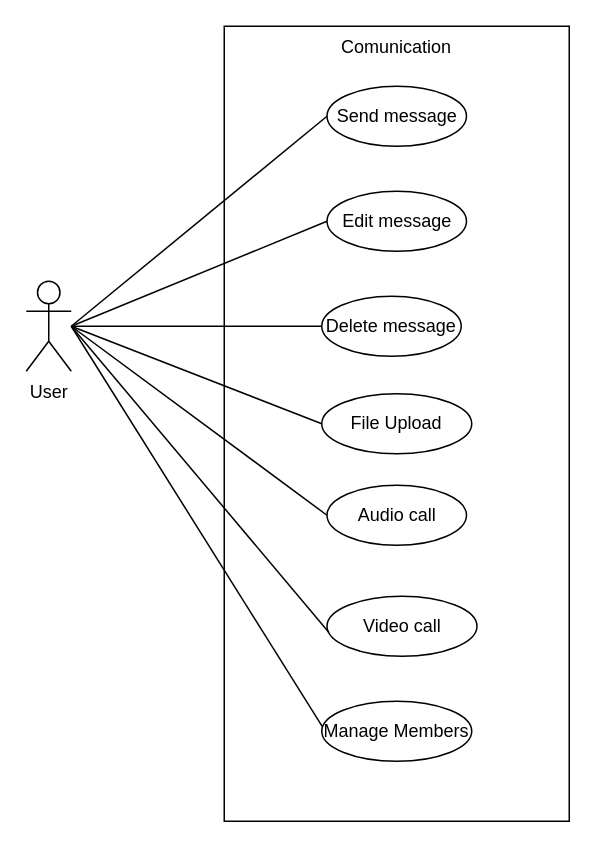
buihoanghiep1901/discord-web-v1 keeps this draw.io diagram as page "Page-5" (5 of 5) of usecase.drawio. Above is the earlier version. Source tidied: cells renumbered, new cells numbered last; positions are measured from the earlier drawing's top-left corner, leaving out a move shared by most shapes. Both pictures are drawn from the tidied source at 150%, with x=0, y=0 at pixel (26, 26).
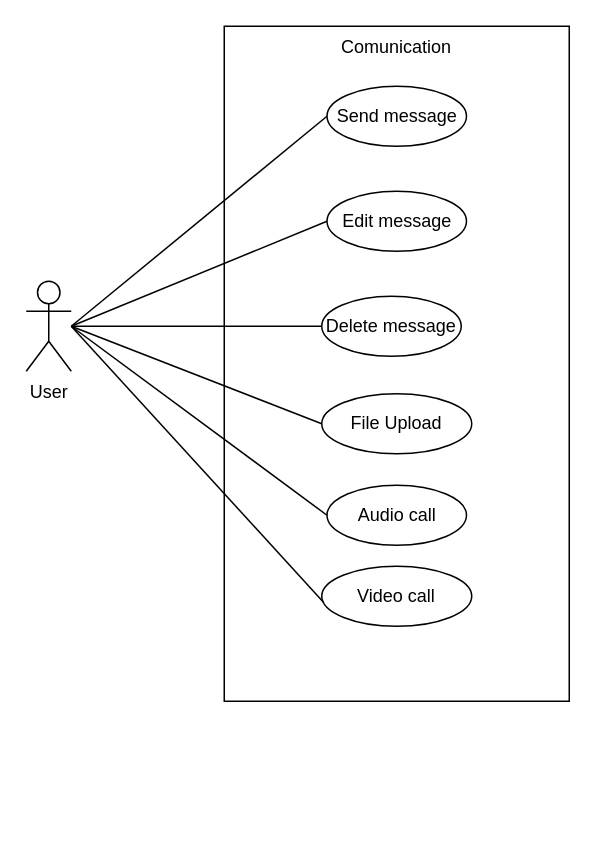
The same page after the edit.

Change to the diagram source:
```diff
@@
     <mxCell id="2" value="Comunication" style="rounded=0;html=1;horizontal=1;verticalAlign=top;align=center;whiteSpace=wrap;" parent="1" vertex="1">
-      <mxGeometry x="132" width="230" height="530" as="geometry" />
+      <mxGeometry x="132" width="230" height="450" as="geometry" />
     </mxCell>
@@
     <mxCell id="7" value="Video call" style="ellipse;whiteSpace=wrap;html=1;" parent="1" vertex="1">
-      <mxGeometry x="200.5" y="380" width="100" height="40" as="geometry" />
+      <mxGeometry x="197" y="360" width="100" height="40" as="geometry" />
     </mxCell>
-    <mxCell id="8" value="Manage Members" style="ellipse;whiteSpace=wrap;html=1;" parent="1" vertex="1">
-      <mxGeometry x="197" y="450" width="100" height="40" as="geometry" />
-    </mxCell>
@@
-    <mxCell id="17" style="endArrow=none;html=1;rounded=0;entryX=0.005;entryY=0.427;entryDx=0;entryDy=0;entryPerimeter=0;" parent="1" edge="1" target="8">
-      <mxGeometry relative="1" as="geometry">
-        <mxPoint x="30" y="200" as="sourcePoint" />
-      </mxGeometry>
-    </mxCell>
```
